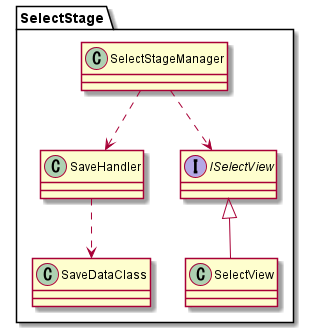
Earlier version of the PlantUML export Assets/_SlimeCatch/Docs/SelectStage.png (RiseManagement/SlimeCatch).
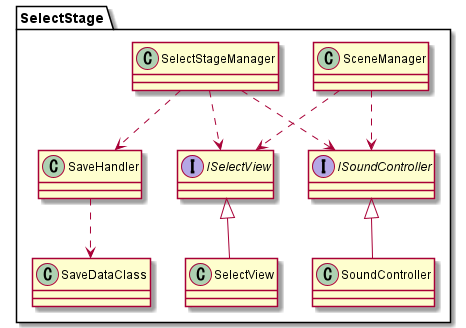
After the commit.

Commit message:
document update Title,SelectStage class image

Diff of the diagram source:
```diff
@@ -3,15 +3,28 @@
 namespace SelectStage{
     class SaveDataClass
     class SaveHandler
+
     class SelectView
     interface ISelectView
+
+    class SoundController
+    interface ISoundController
+
+    class SceneManager
+
     class SelectStageManager
 
     ISelectView <|-- SelectView
     SaveHandler ..> SaveDataClass
 
+    ISoundController <|-- SoundController
+
     SelectStageManager ..> ISelectView
     SelectStageManager ..> SaveHandler
+    SelectStageManager ..> ISoundController
+
+    SceneManager ..> ISoundController
+    SceneManager ..> ISelectView
 
 }
 
```
